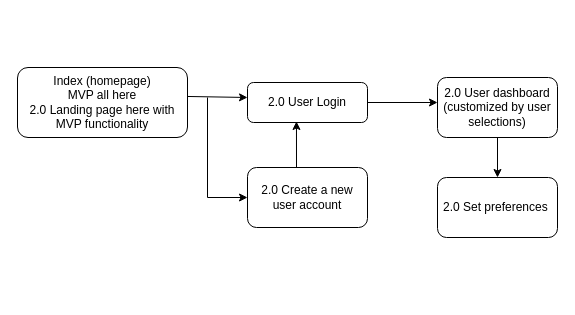
The draw.io diagram Untitled Diagram.drawio in CovenantHuman/user-flow-diagram, before the edit. Source tidied: cells renumbered, new cells numbered last; positions are measured from the earlier drawing's top-left corner, leaving out a move shared by most shapes. Both pictures are drawn from the tidied source at 100%, with x=0, y=0 at pixel (17, 67).
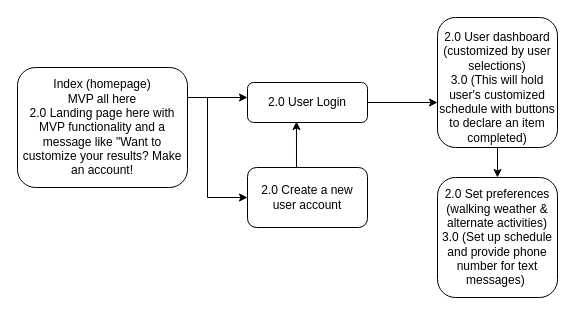
After the change.

Commit message:
Update User Flow Diagram to Include 3.0 goals

Change to the diagram source:
```diff
@@
 <mxGraphModel>
   <root>
     <mxCell id="0" />
     <mxCell id="1" parent="0" />
-    <mxCell id="2" value="Index (homepage)&lt;br&gt;MVP all here&lt;br&gt;2.0 Landing page here with MVP functionality" style="rounded=1;whiteSpace=wrap;html=1;fontSize=12;glass=0;strokeWidth=1;shadow=0;" parent="1" vertex="1">
-      <mxGeometry width="170" height="70" as="geometry" />
+    <mxCell id="2" value="Index (homepage)&lt;br&gt;MVP all here&lt;br&gt;2.0 Landing page here with MVP functionality and a message like &quot;Want to customize your results? Make an account!" style="rounded=1;whiteSpace=wrap;html=1;fontSize=12;glass=0;strokeWidth=1;shadow=0;" parent="1" vertex="1">
+      <mxGeometry width="170" height="120" as="geometry" />
     </mxCell>
     <mxCell id="3" value="2.0 User Login" style="rounded=1;whiteSpace=wrap;html=1;fontSize=12;glass=0;strokeWidth=1;shadow=0;" parent="1" vertex="1">
       <mxGeometry x="230" y="15" width="120" height="40" as="geometry" />
     </mxCell>
     <mxCell id="4" style="rounded=1;whiteSpace=wrap;html=1;" parent="1" vertex="1">
       <mxGeometry x="230" y="100" width="120" height="60" as="geometry" />
     </mxCell>
     <mxCell id="5" value="2.0 Create a new user account" style="text;html=1;strokeColor=none;fillColor=none;align=center;verticalAlign=middle;whiteSpace=wrap;rounded=0;" parent="1" vertex="1">
       <mxGeometry x="230" y="100" width="120" height="60" as="geometry" />
     </mxCell>
     <mxCell id="6" style="endArrow=classic;html=1;rounded=0;" parent="1" edge="1">
       <mxGeometry relative="1" as="geometry">
         <mxPoint x="190" y="130" as="sourcePoint" />
         <mxPoint x="230" y="130" as="targetPoint" />
       </mxGeometry>
     </mxCell>
     <mxCell id="7" style="endArrow=none;html=1;rounded=0;" parent="1" edge="1">
       <mxGeometry relative="1" as="geometry">
         <mxPoint x="190" y="130" as="sourcePoint" />
         <mxPoint x="190" y="30" as="targetPoint" />
       </mxGeometry>
     </mxCell>
-    <mxCell id="8" style="endArrow=classic;html=1;rounded=0;exitX=1;exitY=0.414;exitDx=0;exitDy=0;exitPerimeter=0;" parent="1" edge="1" source="2">
+    <mxCell id="8" style="endArrow=classic;html=1;rounded=0;exitX=1;exitY=0.25;exitDx=0;exitDy=0;" parent="1" edge="1" source="2">
       <mxGeometry relative="1" as="geometry">
         <mxPoint x="230" y="30" as="targetPoint" />
       </mxGeometry>
     </mxCell>
     <mxCell id="9" style="endArrow=classic;html=1;rounded=0;entryX=0.408;entryY=0.975;entryDx=0;entryDy=0;entryPerimeter=0;" parent="1" edge="1" target="3">
       <mxGeometry relative="1" as="geometry">
         <mxPoint x="279" y="100" as="sourcePoint" />
       </mxGeometry>
     </mxCell>
     <mxCell id="10" style="rounded=1;whiteSpace=wrap;html=1;" parent="1" vertex="1">
-      <mxGeometry x="420" y="10" width="120" height="60" as="geometry" />
+      <mxGeometry x="420" y="-50" width="120" height="130" as="geometry" />
     </mxCell>
-    <mxCell id="11" value="2.0 User dashboard&lt;br&gt;(customized by user selections)" style="text;html=1;strokeColor=none;fillColor=none;align=center;verticalAlign=middle;whiteSpace=wrap;rounded=0;" parent="1" vertex="1">
-      <mxGeometry x="420" y="10" width="120" height="60" as="geometry" />
+    <mxCell id="11" value="2.0 User dashboard&lt;br&gt;(customized by user selections)&lt;br&gt;3.0 (This will hold user's customized schedule with buttons to declare an item completed)" style="text;html=1;strokeColor=none;fillColor=none;align=center;verticalAlign=middle;whiteSpace=wrap;rounded=0;" parent="1" vertex="1">
+      <mxGeometry x="420" width="120" height="40" as="geometry" />
     </mxCell>
     <mxCell id="12" style="endArrow=classic;html=1;rounded=0;exitX=1;exitY=0.5;exitDx=0;exitDy=0;" parent="1" edge="1" source="3">
       <mxGeometry relative="1" as="geometry">
         <mxPoint x="420" y="35" as="targetPoint" />
       </mxGeometry>
     </mxCell>
-    <mxCell id="13" value="2.0 Set preferences&amp;nbsp;" style="rounded=1;whiteSpace=wrap;html=1;" parent="1" vertex="1">
-      <mxGeometry x="420" y="110" width="120" height="60" as="geometry" />
+    <mxCell id="13" value="2.0 Set preferences (walking weather &amp;amp; alternate activities)&lt;br&gt;3.0 (Set up schedule and provide phone number for text messages)&amp;nbsp;" style="rounded=1;whiteSpace=wrap;html=1;" parent="1" vertex="1">
+      <mxGeometry x="420" y="110" width="120" height="120" as="geometry" />
     </mxCell>
-    <mxCell id="14" style="endArrow=classic;html=1;rounded=0;exitX=0.5;exitY=1;exitDx=0;exitDy=0;entryX=0.5;entryY=0;entryDx=0;entryDy=0;" parent="1" edge="1" source="11" target="13">
-      <mxGeometry relative="1" as="geometry" />
+    <mxCell id="14" style="endArrow=classic;html=1;rounded=0;entryX=0.5;entryY=0;entryDx=0;entryDy=0;" parent="1" edge="1" target="13">
+      <mxGeometry relative="1" as="geometry">
+        <mxPoint x="480" y="80" as="sourcePoint" />
+      </mxGeometry>
     </mxCell>
   </root>
 </mxGraphModel>
```
